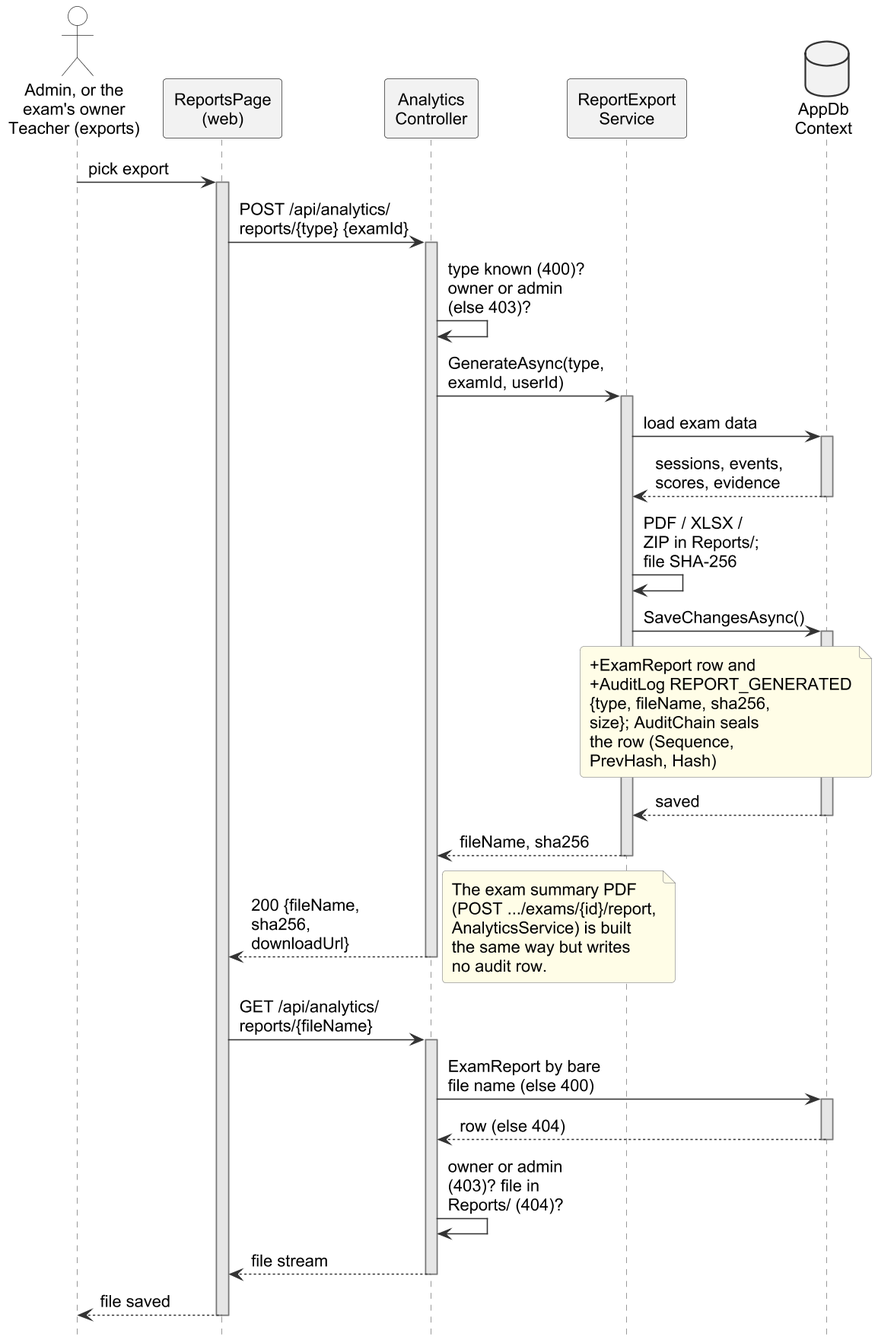
Haiderali27-hub/AI-Lab-Monitoring- keeps this PlantUML diagram as important docs/fyp_doc_3chatp/Figures/seq_audit.png. Above is the earlier version. Its source is kept beside it as important docs/fyp_doc_3chatp/Figures/src/seq_audit.puml.
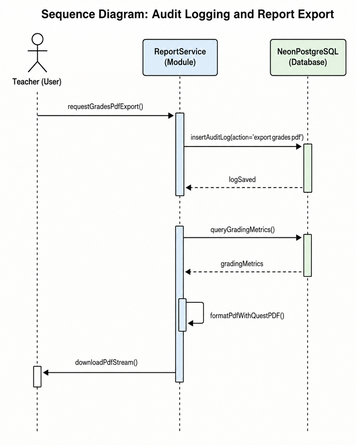
The same file after the commit.

The edit, as a diff of the source:
```diff
@@ -2,69 +2,51 @@
 !include style.iuml
 skinparam defaultFontSize 14
 skinparam ArrowFontSize 14
+skinparam maxMessageSize 200
 hide footbox
 hide unlinked
-skinparam ParticipantPadding 2
+skinparam ParticipantPadding 6
 skinparam BoxPadding 0
-skinparam maxMessageSize 200
 skinparam sequence {
   MessageAlign left
   LifeLineBackgroundColor #E6E6E6
 }
 
-actor "Admin, or the\nexam's owner\nTeacher (exports)" as T
-participant "ReportsPage\n(web)" as RP
+actor "Admin or\nexam owner" as T
+participant "Reports\npage (web)" as RP
 participant "Analytics\nController" as AC
 participant "ReportExport\nService" as RES
-database "AppDb\nContext" as DB
-participant "Audit\nController" as AUC
-participant "AuditLogs\nPage (web)" as ALP
+database "AppDbContext" as DB
 
 T -> RP : pick export
 activate RP
-RP -> AC : POST /api/analytics/\nreports/{type} {examId}
+RP -> AC : generate export
 activate AC
-AC -> AC : type known (400)?\nowner or admin\n(else 403)?
-AC -> RES : GenerateAsync(type,\nexamId, userId)
+AC -> AC : known type?\nowner or admin?
+AC -> RES : generate file
 activate RES
 RES -> DB : load exam data
 activate DB
 DB --> RES : sessions, events,\nscores, evidence
 deactivate DB
-RES -> RES : PDF / XLSX /\nZIP in Reports/;\nfile SHA-256
-RES -> DB : SaveChangesAsync()
+RES -> RES : build PDF / XLSX / ZIP;\nfile SHA-256
+RES -> DB : save report row +\nREPORT_GENERATED entry
 activate DB
-note over RES, DB
-+ExamReport row and
-+AuditLog REPORT_GENERATED
-{type, fileName, sha256,
-size}; AuditChain seals
-the row (Sequence,
-PrevHash, Hash)
-end note
-DB --> RES : saved
+DB --> RES : saved; entry sealed\ninto the chain
 deactivate DB
-RES --> AC : fileName, sha256
+RES --> AC : file name, hash
 deactivate RES
-AC --> RP : 200 {fileName,\nsha256,\ndownloadUrl}
+AC --> RP : file name, hash, link
 deactivate AC
-note right
-The exam summary PDF
-(POST .../exams/{id}/report,
-AnalyticsService) is built
-the same way but writes
-no audit row.
-end note
-RP -> AC : GET /api/analytics/\nreports/{fileName}
+RP -> AC : download file
 activate AC
-AC -> DB : ExamReport by bare\nfile name (else 400)
+AC -> DB : find report row
 activate DB
-DB --> AC : row (else 404)
+DB --> AC : row
 deactivate DB
-AC -> AC : owner or admin\n(403)? file in\nReports/ (404)?
-AC --> RP : file stream
+AC -> AC : owner or admin?\nfile exists?
+AC --> RP : file
 deactivate AC
 RP --> T : file saved
 deactivate RP
-
 @enduml
```
